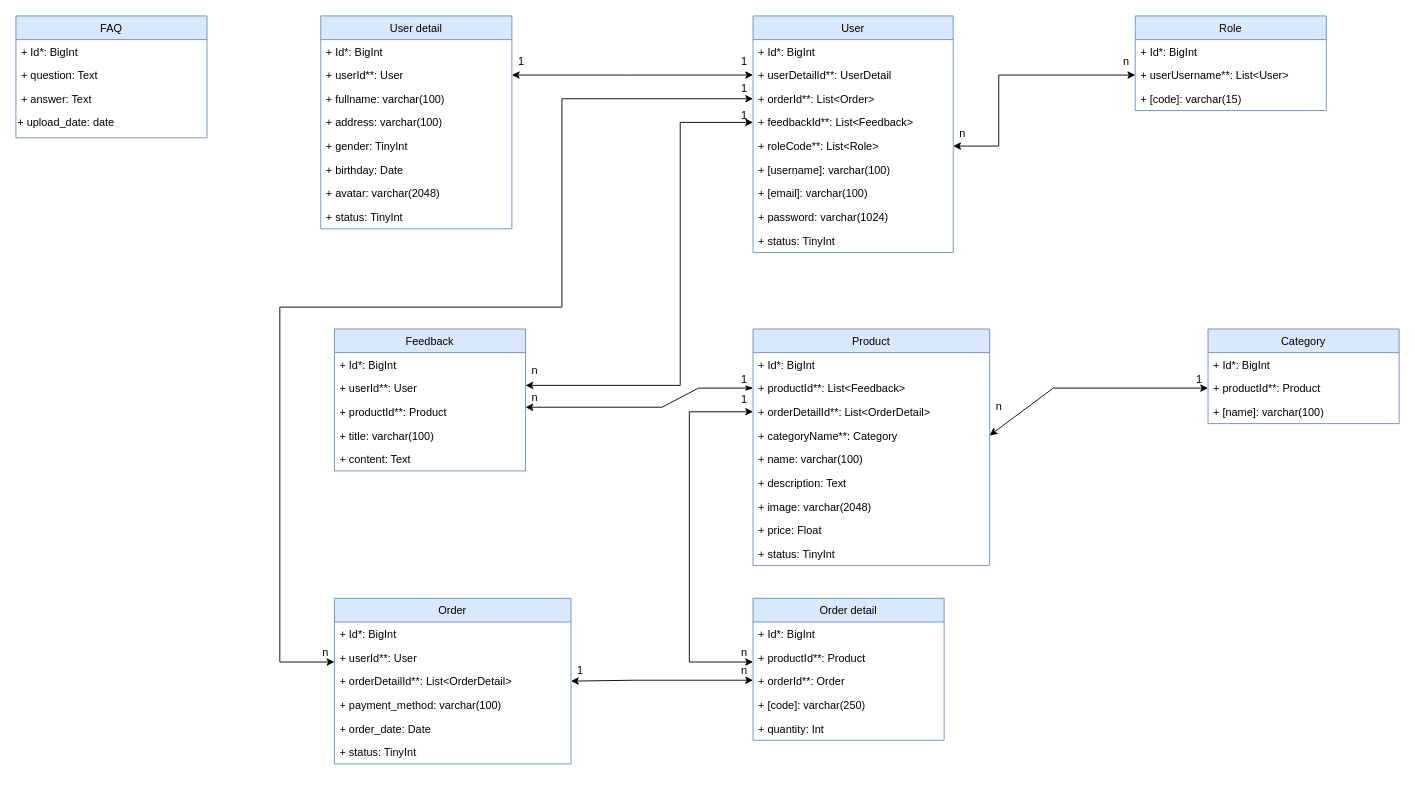
Earlier version of the draw.io diagram src/main/resources/Documentations/UML/database_diagram.drawio (sandangt/icecream). Source tidied: cells renumbered, new cells numbered last; positions are measured from the earlier drawing's top-left corner, leaving out a move shared by most shapes. Both pictures are drawn from the tidied source at 91%, with x=0, y=0 at pixel (15, 15).
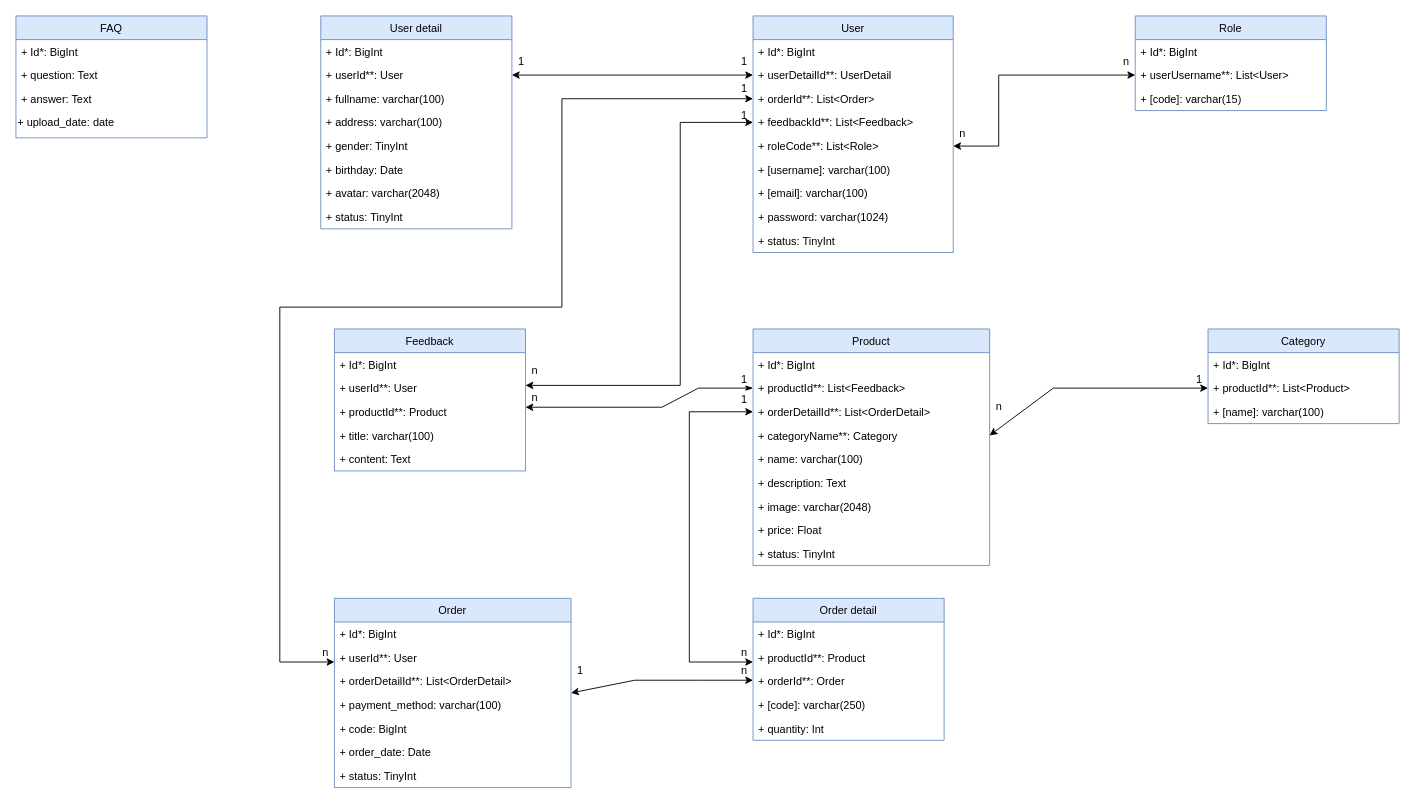
After the change.

Unchanged cells that the change refers to:
```xml
<mxCell id="42" value="Category" style="swimlane;fontStyle=0;horizontal=1;startSize=26;fillColor=#dae8fc;strokeColor=#6c8ebf;" parent="1" vertex="1">
  <mxGeometry x="1310" y="344" width="210" height="104" as="geometry" />
</mxCell>
```

What changed in the source:
```diff
@@
-    <mxCell id="44" value="+ productId**: Product&#10;" style="text;strokeColor=none;fillColor=none;align=left;verticalAlign=top;spacingLeft=4;spacingRight=4;overflow=hidden;points=[[0,0.5],[1,0.5]];portConstraint=eastwest;" parent="42" vertex="1">
+    <mxCell id="44" value="+ productId**: List&lt;Product&gt;&#10;" style="text;strokeColor=none;fillColor=none;align=left;verticalAlign=top;spacingLeft=4;spacingRight=4;overflow=hidden;points=[[0,0.5],[1,0.5]];portConstraint=eastwest;" parent="42" vertex="1">
       <mxGeometry y="52" width="210" height="26" as="geometry" />
     </mxCell>
@@
     <mxCell id="60" value="Order" style="swimlane;fontStyle=0;horizontal=1;startSize=26;fillColor=#dae8fc;strokeColor=#6c8ebf;" parent="1" vertex="1">
-      <mxGeometry x="350" y="640" width="260" height="182" as="geometry" />
+      <mxGeometry x="350" y="640" width="260" height="208" as="geometry" />
     </mxCell>
@@
-    <mxCell id="65" value="+ order_date: Date" style="text;strokeColor=none;fillColor=none;align=left;verticalAlign=top;spacingLeft=4;spacingRight=4;overflow=hidden;" parent="60" vertex="1">
+    <mxCell id="65" value="+ code: BigInt" style="text;strokeColor=none;fillColor=none;align=left;verticalAlign=top;spacingLeft=4;spacingRight=4;overflow=hidden;" parent="60" vertex="1">
       <mxGeometry y="130" width="260" height="26" as="geometry" />
     </mxCell>
+    <mxCell id="87" value="+ order_date: Date" style="text;strokeColor=none;fillColor=none;align=left;verticalAlign=top;spacingLeft=4;spacingRight=4;overflow=hidden;" parent="60" vertex="1">
+      <mxGeometry y="156" width="260" height="26" as="geometry" />
+    </mxCell>
     <mxCell id="66" value="+ status: TinyInt&#10;" style="text;strokeColor=none;fillColor=none;align=left;verticalAlign=top;spacingLeft=4;spacingRight=4;overflow=hidden;" parent="60" vertex="1">
-      <mxGeometry y="156" width="260" height="26" as="geometry" />
+      <mxGeometry y="182" width="260" height="26" as="geometry" />
     </mxCell>
```
